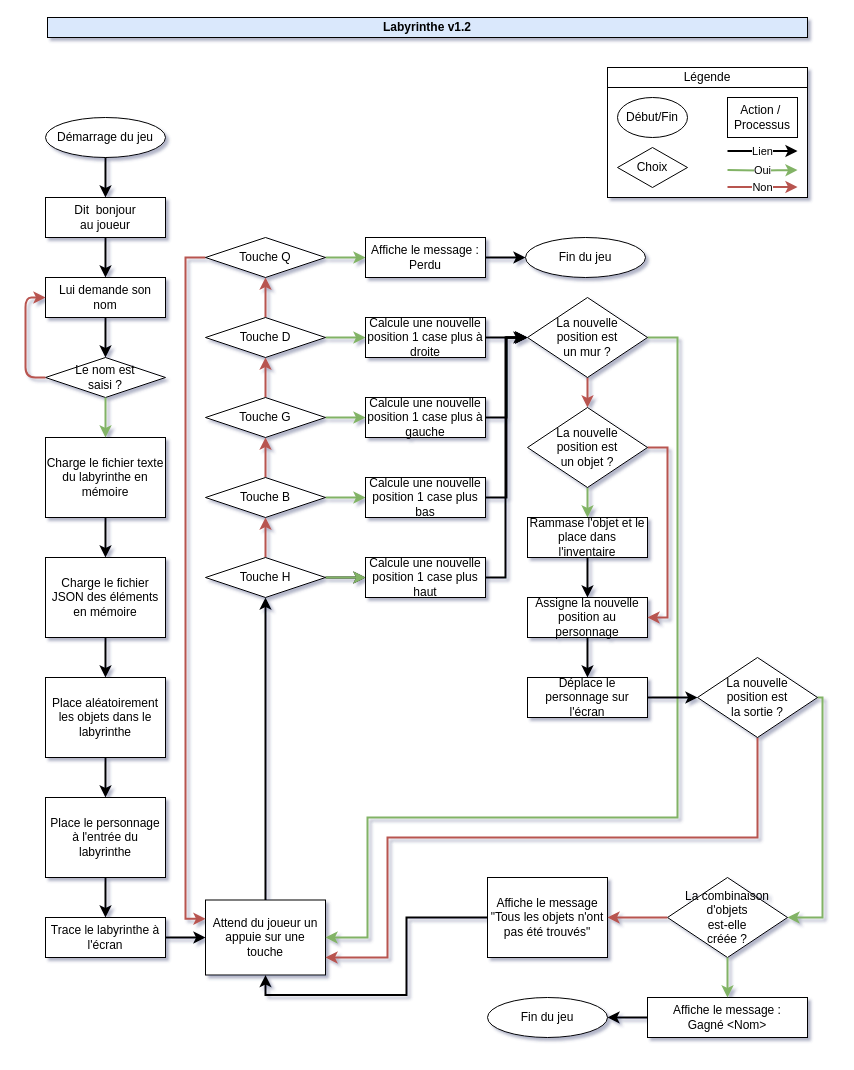
Above: Documents/Flow chart - Maze v1.2.drawio in TheGoodBear/Python-5 (draw.io), before the change. Source tidied: cells renumbered, new cells numbered last; positions are measured from the earlier drawing's top-left corner, leaving out a move shared by most shapes. Both pictures are drawn from the tidied source at 100%, with x=0, y=0 at pixel (25, 17).
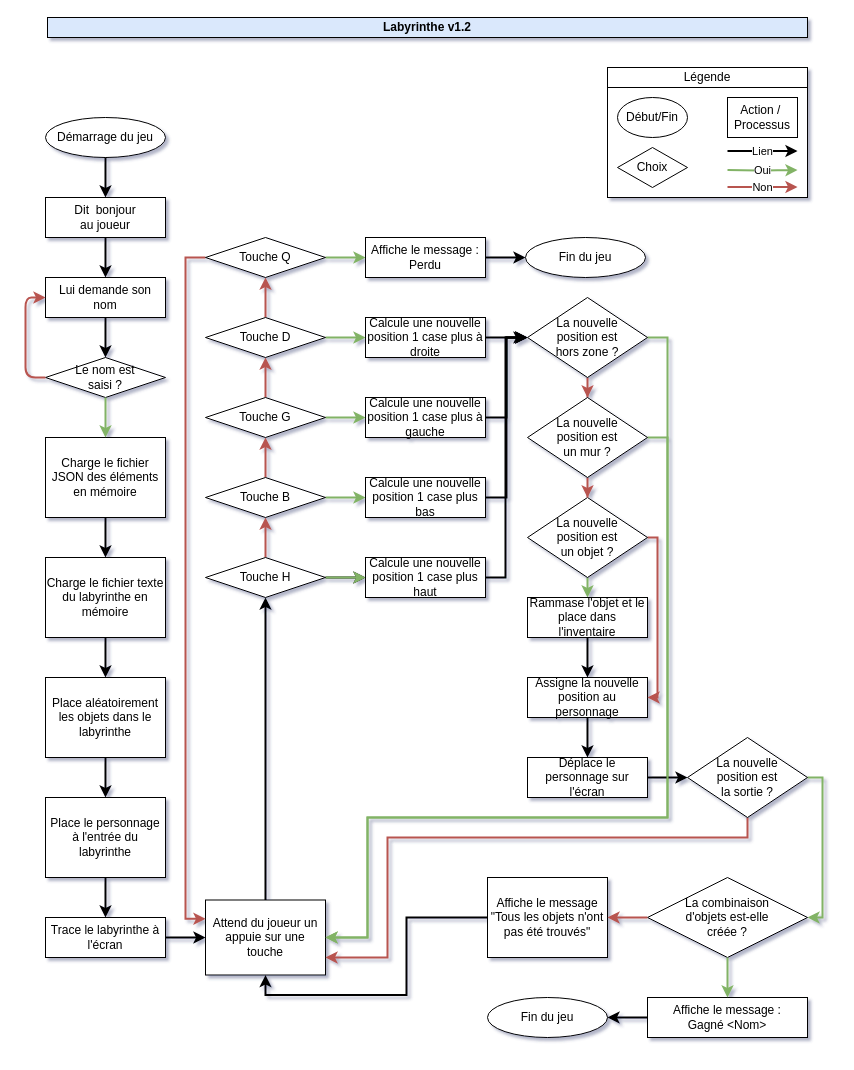
The same diagram, later.

Unchanged cells that the change refers to:
```xml
<mxCell id="18" value="Attend du joueur un appuie sur une touche" style="rounded=0;whiteSpace=wrap;html=1;" parent="1" vertex="1">
  <mxGeometry x="180" y="882.5" width="120" height="75" as="geometry" />
</mxCell>
<mxCell id="29" value="Calcule une nouvelle position 1 case plus bas" style="rounded=0;whiteSpace=wrap;html=1;" parent="1" vertex="1">
  <mxGeometry x="340" y="460" width="120" height="40" as="geometry" />
</mxCell>
```

Diff of the diagram source:
```diff
@@
-    <mxCell id="10" value="Charge le fichier texte du labyrinthe en mémoire" style="rounded=0;whiteSpace=wrap;html=1;" parent="1" vertex="1">
+    <mxCell id="10" value="Charge le fichier JSON des éléments en mémoire" style="rounded=0;whiteSpace=wrap;html=1;" parent="1" vertex="1">
       <mxGeometry x="20" y="420" width="120" height="80" as="geometry" />
     </mxCell>
@@
     <mxCell id="28" style="edgeStyle=orthogonalEdgeStyle;rounded=0;jettySize=auto;html=1;entryX=0;entryY=0.5;entryDx=0;entryDy=0;strokeWidth=2;" parent="1" edge="1" source="29" target="50">
-      <mxGeometry relative="1" as="geometry" />
+      <mxGeometry relative="1" as="geometry">
+        <Array as="points">
+          <mxPoint x="481" y="480" />
+          <mxPoint x="481" y="320" />
+        </Array>
+      </mxGeometry>
     </mxCell>
@@
     <mxCell id="47" value="Assigne la nouvelle position au personnage" style="rounded=0;whiteSpace=wrap;html=1;" parent="1" vertex="1">
-      <mxGeometry x="502" y="580" width="120" height="40" as="geometry" />
+      <mxGeometry x="502" y="660" width="120" height="40" as="geometry" />
     </mxCell>
     <mxCell id="48" style="edgeStyle=orthogonalEdgeStyle;rounded=0;jettySize=auto;html=1;entryX=1;entryY=0.5;entryDx=0;entryDy=0;strokeWidth=2;fillColor=#d5e8d4;strokeColor=#82b366;" parent="1" edge="1" source="50" target="18">
       <mxGeometry relative="1" as="geometry">
         <Array as="points">
-          <mxPoint x="652" y="320" />
-          <mxPoint x="652" y="800" />
+          <mxPoint x="642" y="320" />
+          <mxPoint x="642" y="800" />
           <mxPoint x="342" y="800" />
           <mxPoint x="342" y="920" />
         </Array>
       </mxGeometry>
     </mxCell>
-    <mxCell id="49" style="edgeStyle=orthogonalEdgeStyle;rounded=0;jettySize=auto;html=1;entryX=0.5;entryY=0;entryDx=0;entryDy=0;strokeWidth=2;fillColor=#f8cecc;strokeColor=#b85450;" parent="1" edge="1" source="50" target="81">
+    <mxCell id="49" style="edgeStyle=orthogonalEdgeStyle;rounded=0;jettySize=auto;html=1;entryX=0.5;entryY=0;entryDx=0;entryDy=0;strokeWidth=2;fillColor=#f8cecc;strokeColor=#b85450;" parent="1" edge="1" source="50" target="86">
       <mxGeometry relative="1" as="geometry" />
     </mxCell>
-    <mxCell id="50" value="La nouvelle&lt;br&gt;position est&lt;br&gt;un mur ?" style="rhombus;whiteSpace=wrap;html=1;" parent="1" vertex="1">
+    <mxCell id="50" value="La nouvelle&lt;br&gt;position est&lt;br&gt;hors zone ?" style="rhombus;whiteSpace=wrap;html=1;" parent="1" vertex="1">
       <mxGeometry x="502" y="280" width="120" height="80" as="geometry" />
     </mxCell>
     <mxCell id="51" style="edgeStyle=orthogonalEdgeStyle;rounded=0;jettySize=auto;html=1;strokeWidth=2;fillColor=#f8cecc;strokeColor=#b85450;exitX=0.5;exitY=1;exitDx=0;exitDy=0;" parent="1" edge="1" source="53">
       <mxGeometry relative="1" as="geometry">
         <mxPoint x="300" y="940" as="targetPoint" />
         <Array as="points">
-          <mxPoint x="732" y="820" />
+          <mxPoint x="722" y="820" />
           <mxPoint x="362" y="820" />
           <mxPoint x="362" y="940" />
         </Array>
       </mxGeometry>
     </mxCell>
@@
     <mxCell id="53" value="La nouvelle&lt;br&gt;position est&lt;br&gt;la sortie ?" style="rhombus;whiteSpace=wrap;html=1;" parent="1" vertex="1">
-      <mxGeometry x="672" y="640" width="120" height="80" as="geometry" />
+      <mxGeometry x="662" y="720" width="120" height="80" as="geometry" />
     </mxCell>
@@
-    <mxCell id="58" style="edgeStyle=orthogonalEdgeStyle;rounded=0;jettySize=auto;html=1;entryX=0;entryY=0.5;entryDx=0;entryDy=0;strokeWidth=2;exitX=1;exitY=0.5;exitDx=0;exitDy=0;" parent="1" edge="1" source="59" target="53">
-      <mxGeometry relative="1" as="geometry">
-        <Array as="points">
-          <mxPoint x="662" y="680" />
-          <mxPoint x="662" y="680" />
-        </Array>
-      </mxGeometry>
+    <mxCell id="58" style="edgeStyle=orthogonalEdgeStyle;rounded=0;jettySize=auto;html=1;entryX=0;entryY=0.5;entryDx=0;entryDy=0;strokeWidth=2;" parent="1" edge="1" source="59" target="53">
+      <mxGeometry relative="1" as="geometry" />
     </mxCell>
     <mxCell id="59" value="Déplace le personnage sur l'écran" style="rounded=0;whiteSpace=wrap;html=1;" parent="1" vertex="1">
-      <mxGeometry x="502" y="660" width="120" height="40" as="geometry" />
+      <mxGeometry x="502" y="740" width="120" height="40" as="geometry" />
     </mxCell>
@@
-    <mxCell id="69" value="Charge le fichier JSON des éléments en mémoire" style="rounded=0;whiteSpace=wrap;html=1;" parent="1" vertex="1">
+    <mxCell id="69" value="&lt;span style=&quot;white-space: normal&quot;&gt;Charge le fichier texte du labyrinthe en mémoire&lt;/span&gt;" style="rounded=0;whiteSpace=wrap;html=1;" parent="1" vertex="1">
       <mxGeometry x="20" y="540" width="120" height="80" as="geometry" />
     </mxCell>
@@
-    <mxCell id="74" value="La combinaison&lt;br&gt;d'objets &lt;br&gt;est-elle &lt;br&gt;créée ?" style="rhombus;whiteSpace=wrap;html=1;" parent="1" vertex="1">
-      <mxGeometry x="642" y="860" width="120" height="80" as="geometry" />
+    <mxCell id="74" value="La combinaison&lt;br&gt;d'objets est-elle &lt;br&gt;créée ?" style="rhombus;whiteSpace=wrap;html=1;" parent="1" vertex="1">
+      <mxGeometry x="622" y="860" width="160" height="80" as="geometry" />
     </mxCell>
@@
     <mxCell id="80" style="edgeStyle=orthogonalEdgeStyle;rounded=0;jettySize=auto;html=1;entryX=1;entryY=0.5;entryDx=0;entryDy=0;strokeWidth=2;exitX=1;exitY=0.5;exitDx=0;exitDy=0;fillColor=#f8cecc;strokeColor=#b85450;" parent="1" edge="1" source="81" target="47">
-      <mxGeometry relative="1" as="geometry" />
+      <mxGeometry relative="1" as="geometry">
+        <Array as="points">
+          <mxPoint x="632" y="520" />
+          <mxPoint x="632" y="680" />
+        </Array>
+      </mxGeometry>
     </mxCell>
     <mxCell id="81" value="La nouvelle&lt;br&gt;position est&lt;br&gt;un objet ?" style="rhombus;whiteSpace=wrap;html=1;" parent="1" vertex="1">
-      <mxGeometry x="502" y="390" width="120" height="80" as="geometry" />
+      <mxGeometry x="502" y="480" width="120" height="80" as="geometry" />
     </mxCell>
@@
     <mxCell id="83" value="Rammase l'objet et le place dans l'inventaire" style="rounded=0;whiteSpace=wrap;html=1;" parent="1" vertex="1">
-      <mxGeometry x="502" y="500" width="120" height="40" as="geometry" />
+      <mxGeometry x="502" y="580" width="120" height="40" as="geometry" />
     </mxCell>
+    <mxCell id="84" style="edgeStyle=orthogonalEdgeStyle;rounded=0;jettySize=auto;html=1;fillColor=#f8cecc;strokeColor=#b85450;strokeWidth=2;" parent="1" edge="1" source="86" target="81">
+      <mxGeometry relative="1" as="geometry" />
+    </mxCell>
+    <mxCell id="85" style="edgeStyle=orthogonalEdgeStyle;rounded=0;jettySize=auto;html=1;exitX=1;exitY=0.5;exitDx=0;exitDy=0;entryX=1;entryY=0.5;entryDx=0;entryDy=0;strokeWidth=2;fillColor=#d5e8d4;strokeColor=#82b366;" parent="1" edge="1" source="86" target="18">
+      <mxGeometry relative="1" as="geometry">
+        <Array as="points">
+          <mxPoint x="642" y="420" />
+          <mxPoint x="642" y="800" />
+          <mxPoint x="342" y="800" />
+          <mxPoint x="342" y="920" />
+        </Array>
+      </mxGeometry>
+    </mxCell>
+    <mxCell id="86" value="La nouvelle&lt;br&gt;position est&lt;br&gt;un mur ?" style="rhombus;whiteSpace=wrap;html=1;" parent="1" vertex="1">
+      <mxGeometry x="502" y="380" width="120" height="80" as="geometry" />
+    </mxCell>
```
